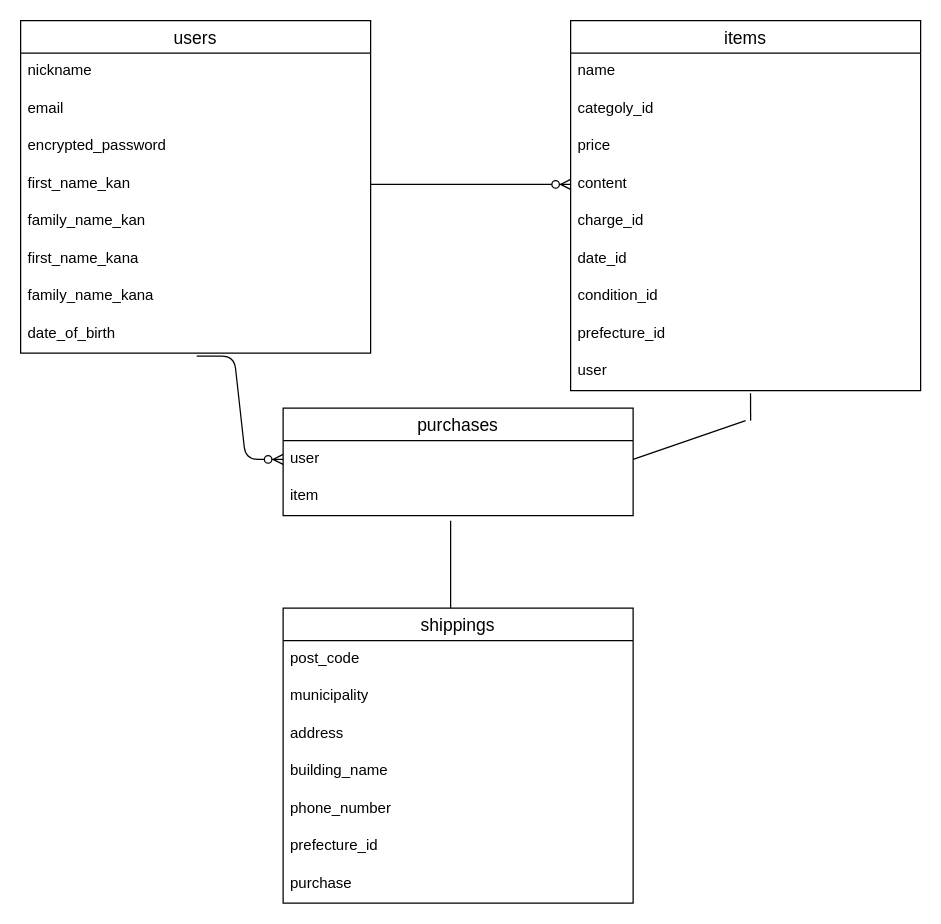
Gussan0829/furima-37407 keeps this draw.io diagram as ER.dio. Above is the earlier version. Source tidied: cells renumbered, new cells numbered last; positions are measured from the earlier drawing's top-left corner, leaving out a move shared by most shapes. Both pictures are drawn from the tidied source at 125%, with x=0, y=0 at pixel (20, 20).
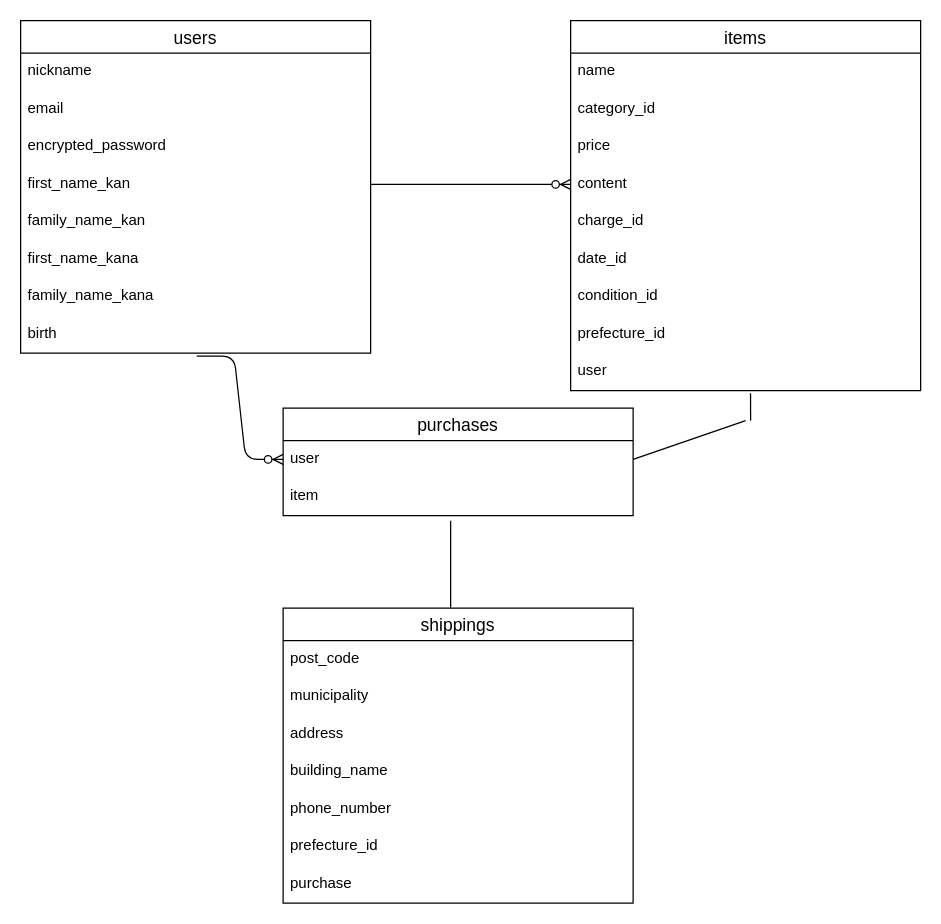
Above is the later version.

Unchanged cells that the change refers to:
```xml
<mxCell id="2" value="users" style="swimlane;fontStyle=0;horizontal=1;startSize=26;align=center;fontSize=14;rotation=0;" parent="1" vertex="1">
  <mxGeometry width="280" height="266" as="geometry" />
</mxCell>
<mxCell id="11" value="items" style="swimlane;fontStyle=0;horizontal=1;startSize=26;align=center;fontSize=14;rotation=0;" parent="1" vertex="1">
  <mxGeometry x="440" width="280" height="296" as="geometry" />
</mxCell>
```

What changed in the source:
```diff
@@
-    <mxCell id="10" value="date_of_birth" style="text;strokeColor=none;fillColor=none;spacingLeft=4;spacingRight=4;overflow=hidden;points=[[0,0.5],[1,0.5]];portConstraint=eastwest;fontSize=12;" parent="2" vertex="1">
+    <mxCell id="10" value="birth" style="text;strokeColor=none;fillColor=none;spacingLeft=4;spacingRight=4;overflow=hidden;points=[[0,0.5],[1,0.5]];portConstraint=eastwest;fontSize=12;" parent="2" vertex="1">
       <mxGeometry y="236" width="280" height="30" as="geometry" />
     </mxCell>
@@
-    <mxCell id="13" value="categoly_id" style="text;strokeColor=none;fillColor=none;spacingLeft=4;spacingRight=4;overflow=hidden;fontSize=12;verticalAlign=top;" parent="11" vertex="1">
+    <mxCell id="13" value="category_id" style="text;strokeColor=none;fillColor=none;spacingLeft=4;spacingRight=4;overflow=hidden;fontSize=12;verticalAlign=top;" parent="11" vertex="1">
       <mxGeometry y="56" width="280" height="30" as="geometry" />
     </mxCell>
```
